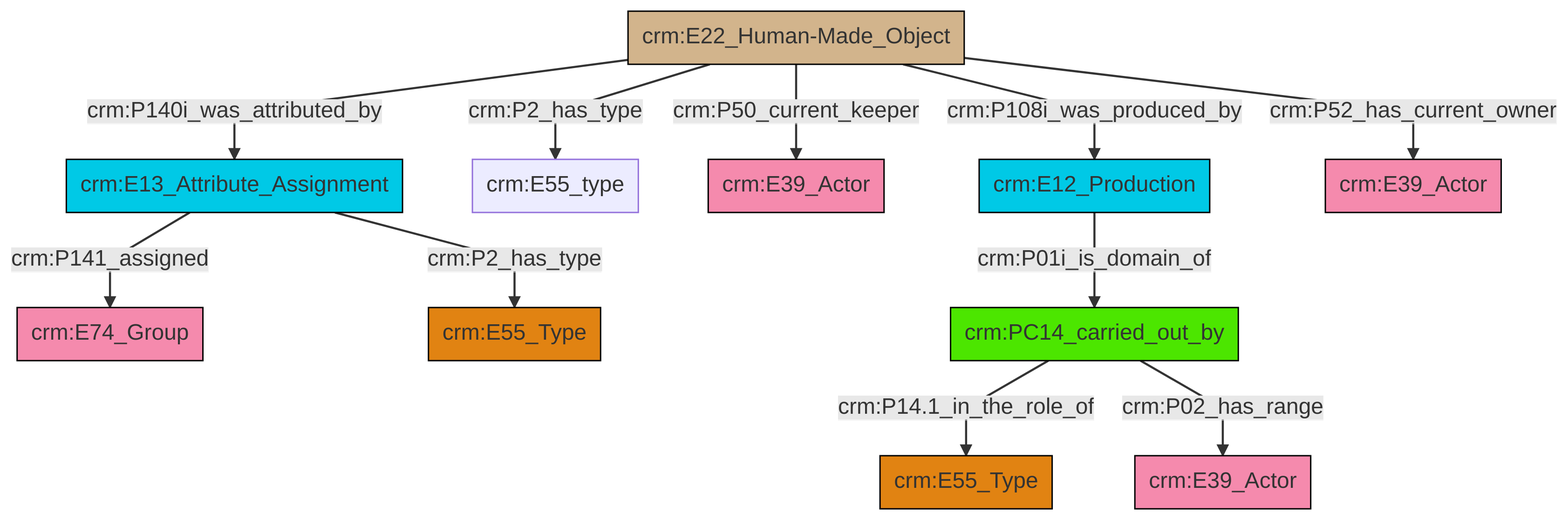
This is et/artworkCSV/ttl/mmd/png/Artwork_Actor_Relations.png from swiss-art-research-net/docs.swissartresearch, a Mermaid export, as it was before one commit. Its source is kept beside it as et/artworkCSV/ttl/mmd/Artwork_Actor_Relations.ttl.mmd.
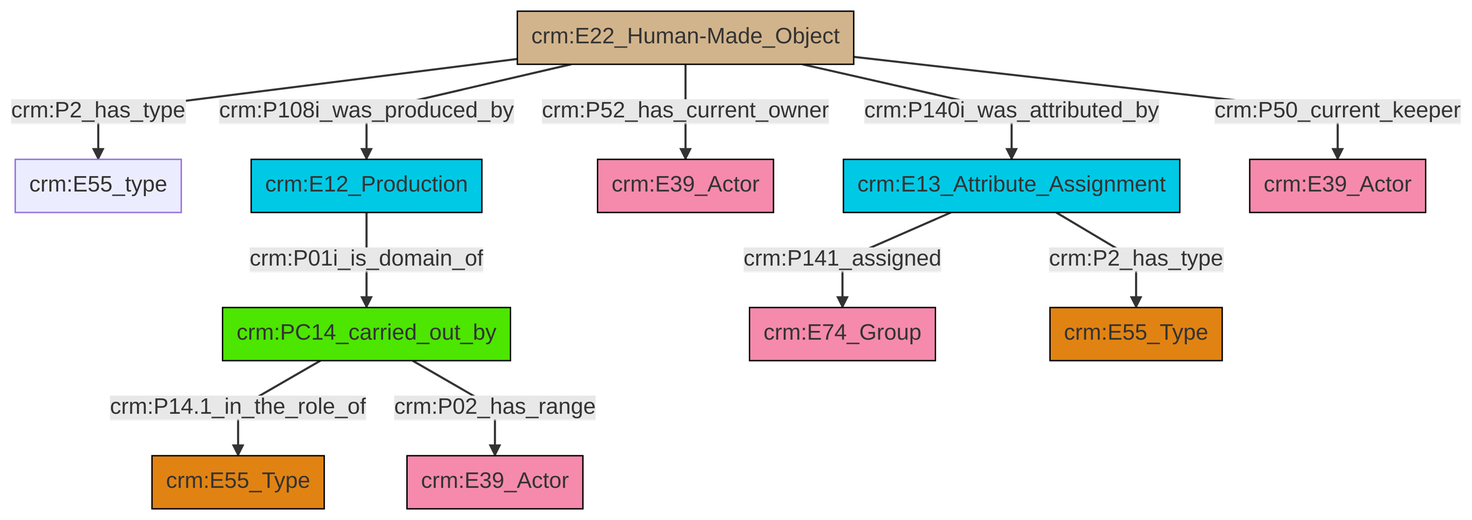
After the commit.

Diff of the diagram source:
```diff
@@ -13,13 +13,13 @@
 classDef PC_Classes fill:#4ce600, stroke:#000000;
 classDef Multi fill:#cccccc,stroke:#000000;
 
-2["crm:E13_Attribute_Assignment"]:::Temporal_Entity -->|crm:P141_assigned| 4["crm:E74_Group"]:::Actor
-10["crm:E22_Human-Made_Object"]:::Physical_Thing -->|crm:P108i_was_produced_by| 12["crm:E12_Production"]:::Temporal_Entity
-10["crm:E22_Human-Made_Object"]:::Physical_Thing -->|crm:P52_has_current_owner| 15["crm:E39_Actor"]:::Actor
-2["crm:E13_Attribute_Assignment"]:::Temporal_Entity -->|crm:P2_has_type| 13["crm:E55_Type"]:::Type
-16["crm:PC14_carried_out_by"]:::PC_Classes -->|crm:P14.1_in_the_role_of| 0["crm:E55_Type"]:::Type
-10["crm:E22_Human-Made_Object"]:::Physical_Thing -->|crm:P2_has_type| 6["crm:E55_type"]:::Default
-10["crm:E22_Human-Made_Object"]:::Physical_Thing -->|crm:P140i_was_attributed_by| 2["crm:E13_Attribute_Assignment"]:::Temporal_Entity
-10["crm:E22_Human-Made_Object"]:::Physical_Thing -->|crm:P50_current_keeper| 8["crm:E39_Actor"]:::Actor
-16["crm:PC14_carried_out_by"]:::PC_Classes -->|crm:P02_has_range| 19["crm:E39_Actor"]:::Actor
-12["crm:E12_Production"]:::Temporal_Entity -->|crm:P01i_is_domain_of| 16["crm:PC14_carried_out_by"]:::PC_Classes
+0["crm:E22_Human-Made_Object"]:::Physical_Thing -->|crm:P2_has_type| 1["crm:E55_type"]:::Default
+0["crm:E22_Human-Made_Object"]:::Physical_Thing -->|crm:P52_has_current_owner| 4["crm:E39_Actor"]:::Actor
+5["crm:E12_Production"]:::Temporal_Entity -->|crm:P01i_is_domain_of| 6["crm:PC14_carried_out_by"]:::PC_Classes
+6["crm:PC14_carried_out_by"]:::PC_Classes -->|crm:P14.1_in_the_role_of| 11["crm:E55_Type"]:::Type
+0["crm:E22_Human-Made_Object"]:::Physical_Thing -->|crm:P140i_was_attributed_by| 2["crm:E13_Attribute_Assignment"]:::Temporal_Entity
+2["crm:E13_Attribute_Assignment"]:::Temporal_Entity -->|crm:P2_has_type| 12["crm:E55_Type"]:::Type
+2["crm:E13_Attribute_Assignment"]:::Temporal_Entity -->|crm:P141_assigned| 7["crm:E74_Group"]:::Actor
+0["crm:E22_Human-Made_Object"]:::Physical_Thing -->|crm:P108i_was_produced_by| 5["crm:E12_Production"]:::Temporal_Entity
+0["crm:E22_Human-Made_Object"]:::Physical_Thing -->|crm:P50_current_keeper| 17["crm:E39_Actor"]:::Actor
+6["crm:PC14_carried_out_by"]:::PC_Classes -->|crm:P02_has_range| 20["crm:E39_Actor"]:::Actor
```
